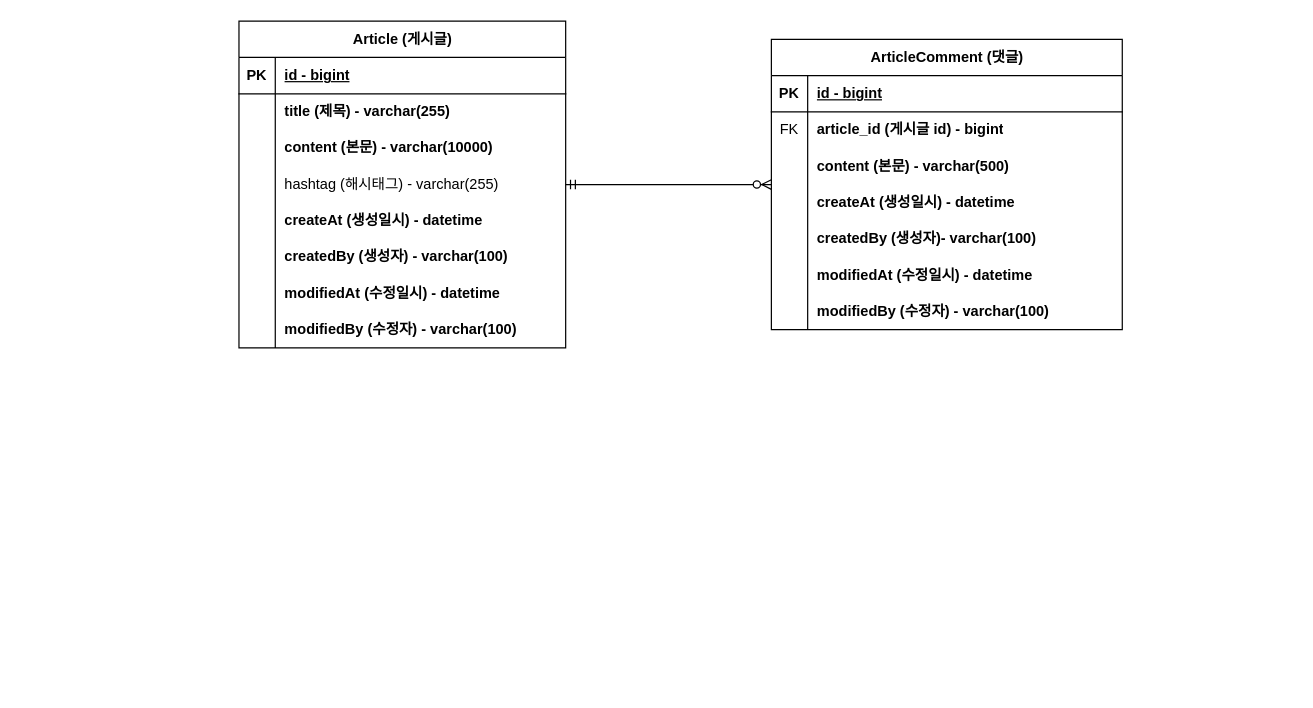
The draw.io diagram document/project-board-erd.drawio in tkdwls4453/board-project, before the edit. Source tidied: cells renumbered, new cells numbered last; positions are measured from the earlier drawing's top-left corner, leaving out a move shared by most shapes. Both pictures are drawn from the tidied source at 121%, with x=0, y=0 at pixel (238, 21).
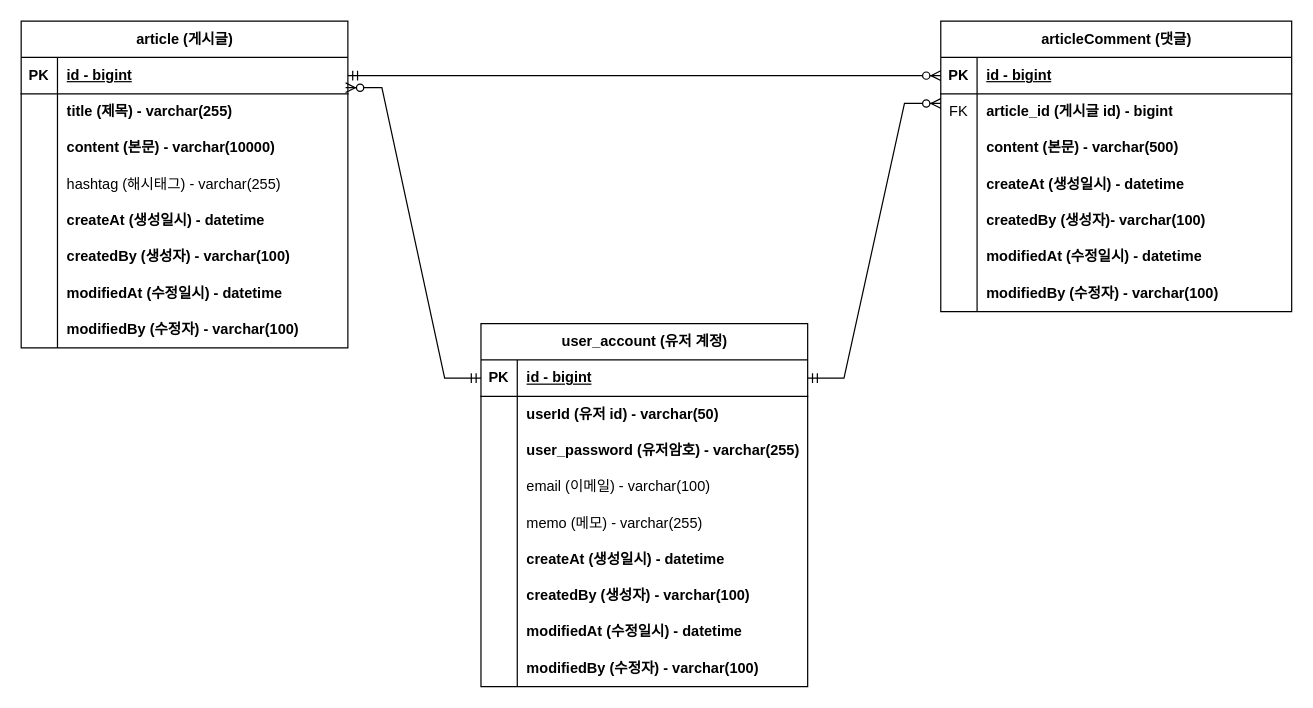
Above is the later version.

Commit message:
#17 - 회원 계정 도메인 erd 반영

The change refers to these unchanged cells:
```xml
<mxCell id="3" style="shape=tableRow;horizontal=0;startSize=0;swimlaneHead=0;swimlaneBody=0;fillColor=none;points=[[0,0.5],[1,0.5]];portConstraint=eastwest;top=0;left=0;right=0;bottom=1;" parent="2" vertex="1">
  <mxGeometry y="30" width="270" height="30" as="geometry" />
</mxCell>
<mxCell id="28" style="shape=tableRow;horizontal=0;startSize=0;swimlaneHead=0;swimlaneBody=0;fillColor=none;points=[[0,0.5],[1,0.5]];portConstraint=eastwest;top=0;left=0;right=0;bottom=1;" parent="27" vertex="1">
  <mxGeometry y="30" width="290" height="30" as="geometry" />
</mxCell>
<mxCell id="31" style="shape=tableRow;horizontal=0;startSize=0;swimlaneHead=0;swimlaneBody=0;fillColor=none;points=[[0,0.5],[1,0.5]];portConstraint=eastwest;top=0;left=0;right=0;bottom=0;" parent="27" vertex="1">
  <mxGeometry y="60" width="290" height="30" as="geometry" />
</mxCell>
```

Change to the diagram source:
```diff
@@
-    <mxCell id="2" value="Article (게시글)" style="shape=table;startSize=30;childLayout=tableLayout;rowLines=0;fontStyle=1;align=center;html=1;" parent="1" vertex="1">
-      <mxGeometry width="270" height="270" as="geometry" />
+    <mxCell id="2" value="article (게시글)" style="shape=table;startSize=30;childLayout=tableLayout;rowLines=0;fontStyle=1;align=center;html=1;" parent="1" vertex="1">
+      <mxGeometry x="-180" width="270" height="270" as="geometry" />
     </mxCell>
@@
-    <mxCell id="27" value="ArticleComment (댓글)" style="shape=table;startSize=30;childLayout=tableLayout;rowLines=0;fontStyle=1;align=center;html=1;" parent="1" vertex="1">
-      <mxGeometry x="440" y="15" width="290" height="240" as="geometry" />
+    <mxCell id="27" value="articleComment (댓글)" style="shape=table;startSize=30;childLayout=tableLayout;rowLines=0;fontStyle=1;align=center;html=1;" parent="1" vertex="1">
+      <mxGeometry x="580" width="290" height="240" as="geometry" />
     </mxCell>
@@
-    <mxCell id="49" style="edgeStyle=entityRelationEdgeStyle;fontSize=12;html=1;endArrow=ERzeroToMany;startArrow=ERmandOne;rounded=0;" parent="1" edge="1" source="2" target="27">
+    <mxCell id="49" style="edgeStyle=entityRelationEdgeStyle;fontSize=12;html=1;endArrow=ERzeroToMany;startArrow=ERmandOne;rounded=0;exitX=1;exitY=0.5;exitDx=0;exitDy=0;" parent="1" edge="1" source="3" target="28">
       <mxGeometry relative="1" as="geometry" />
     </mxCell>
+    <mxCell id="50" value="user_account (유저 계정)" style="shape=table;startSize=30;childLayout=tableLayout;rowLines=0;fontStyle=1;align=center;html=1;" parent="1" vertex="1">
+      <mxGeometry x="200" y="250" width="270" height="300" as="geometry" />
+    </mxCell>
+    <mxCell id="51" style="shape=tableRow;horizontal=0;startSize=0;swimlaneHead=0;swimlaneBody=0;fillColor=none;points=[[0,0.5],[1,0.5]];portConstraint=eastwest;top=0;left=0;right=0;bottom=1;" parent="50" vertex="1">
+      <mxGeometry y="30" width="270" height="30" as="geometry" />
+    </mxCell>
+    <mxCell id="52" value="PK" style="shape=partialRectangle;fillColor=none;top=0;left=0;bottom=0;right=0;fontStyle=1;overflow=hidden;whiteSpace=wrap;html=1;" parent="51" vertex="1">
+      <mxGeometry width="30" height="30" as="geometry" />
+    </mxCell>
+    <mxCell id="53" value="id - bigint" style="shape=partialRectangle;fillColor=none;top=0;left=0;bottom=0;right=0;align=left;spacingLeft=6;fontStyle=5;overflow=hidden;whiteSpace=wrap;html=1;" parent="51" vertex="1">
+      <mxGeometry x="30" width="240" height="30" as="geometry" />
+    </mxCell>
+    <mxCell id="54" style="shape=tableRow;horizontal=0;startSize=0;swimlaneHead=0;swimlaneBody=0;fillColor=none;top=0;left=0;right=0;bottom=0;" parent="50" vertex="1">
+      <mxGeometry y="60" width="270" height="30" as="geometry" />
+    </mxCell>
+    <mxCell id="55" style="shape=partialRectangle;fillColor=none;top=0;left=0;bottom=0;right=0;overflow=hidden;whiteSpace=wrap;html=1;" parent="54" vertex="1">
+      <mxGeometry width="30" height="30" as="geometry" />
+    </mxCell>
+    <mxCell id="56" value="userId (유저 id) - varchar(50)" style="shape=partialRectangle;fillColor=none;top=0;left=0;bottom=0;right=0;align=left;spacingLeft=6;overflow=hidden;whiteSpace=wrap;html=1;fontStyle=1;" parent="54" vertex="1">
+      <mxGeometry x="30" width="240" height="30" as="geometry" />
+    </mxCell>
+    <mxCell id="57" style="shape=tableRow;horizontal=0;startSize=0;swimlaneHead=0;swimlaneBody=0;fillColor=none;top=0;left=0;right=0;bottom=0;" parent="50" vertex="1">
+      <mxGeometry y="90" width="270" height="30" as="geometry" />
+    </mxCell>
+    <mxCell id="58" style="shape=partialRectangle;fillColor=none;top=0;left=0;bottom=0;right=0;overflow=hidden;whiteSpace=wrap;html=1;" parent="57" vertex="1">
+      <mxGeometry width="30" height="30" as="geometry" />
+    </mxCell>
+    <mxCell id="59" value="user_password (유저암호) - varchar(255)" style="shape=partialRectangle;fillColor=none;top=0;left=0;bottom=0;right=0;align=left;spacingLeft=6;overflow=hidden;whiteSpace=wrap;html=1;fontStyle=1;" parent="57" vertex="1">
+      <mxGeometry x="30" width="240" height="30" as="geometry" />
+    </mxCell>
+    <mxCell id="60" style="shape=tableRow;horizontal=0;startSize=0;swimlaneHead=0;swimlaneBody=0;fillColor=none;top=0;left=0;right=0;bottom=0;" parent="50" vertex="1">
+      <mxGeometry y="120" width="270" height="30" as="geometry" />
+    </mxCell>
+    <mxCell id="61" style="shape=partialRectangle;fillColor=none;top=0;left=0;bottom=0;right=0;overflow=hidden;whiteSpace=wrap;html=1;" parent="60" vertex="1">
+      <mxGeometry width="30" height="30" as="geometry" />
+    </mxCell>
+    <mxCell id="62" value="email (이메일) - varchar(100)" style="shape=partialRectangle;fillColor=none;top=0;left=0;bottom=0;right=0;align=left;spacingLeft=6;overflow=hidden;whiteSpace=wrap;html=1;" parent="60" vertex="1">
+      <mxGeometry x="30" width="240" height="30" as="geometry" />
+    </mxCell>
+    <mxCell id="63" style="shape=tableRow;horizontal=0;startSize=0;swimlaneHead=0;swimlaneBody=0;fillColor=none;top=0;left=0;right=0;bottom=0;" parent="50" vertex="1">
+      <mxGeometry y="150" width="270" height="30" as="geometry" />
+    </mxCell>
+    <mxCell id="64" style="shape=partialRectangle;fillColor=none;top=0;left=0;bottom=0;right=0;overflow=hidden;whiteSpace=wrap;html=1;" parent="63" vertex="1">
+      <mxGeometry width="30" height="30" as="geometry" />
+    </mxCell>
+    <mxCell id="65" value="memo (메모) - varchar(255)" style="shape=partialRectangle;fillColor=none;top=0;left=0;bottom=0;right=0;align=left;spacingLeft=6;overflow=hidden;whiteSpace=wrap;html=1;" parent="63" vertex="1">
+      <mxGeometry x="30" width="240" height="30" as="geometry" />
+    </mxCell>
+    <mxCell id="66" style="shape=tableRow;horizontal=0;startSize=0;swimlaneHead=0;swimlaneBody=0;fillColor=none;top=0;left=0;right=0;bottom=0;" parent="50" vertex="1">
+      <mxGeometry y="180" width="270" height="30" as="geometry" />
+    </mxCell>
+    <mxCell id="67" style="shape=partialRectangle;fillColor=none;top=0;left=0;bottom=0;right=0;overflow=hidden;whiteSpace=wrap;html=1;" parent="66" vertex="1">
+      <mxGeometry width="30" height="30" as="geometry" />
+    </mxCell>
+    <mxCell id="68" value="createAt (생성일시) - datetime" style="shape=partialRectangle;fillColor=none;top=0;left=0;bottom=0;right=0;align=left;spacingLeft=6;overflow=hidden;whiteSpace=wrap;html=1;fontStyle=1;" parent="66" vertex="1">
+      <mxGeometry x="30" width="240" height="30" as="geometry" />
+    </mxCell>
+    <mxCell id="69" style="shape=tableRow;horizontal=0;startSize=0;swimlaneHead=0;swimlaneBody=0;fillColor=none;top=0;left=0;right=0;bottom=0;" parent="50" vertex="1">
+      <mxGeometry y="210" width="270" height="30" as="geometry" />
+    </mxCell>
+    <mxCell id="70" style="shape=partialRectangle;fillColor=none;top=0;left=0;bottom=0;right=0;overflow=hidden;whiteSpace=wrap;html=1;" parent="69" vertex="1">
+      <mxGeometry width="30" height="30" as="geometry" />
+    </mxCell>
+    <mxCell id="71" value="createdBy (생성자) - varchar(100)" style="shape=partialRectangle;fillColor=none;top=0;left=0;bottom=0;right=0;align=left;spacingLeft=6;overflow=hidden;whiteSpace=wrap;html=1;fontStyle=1;" parent="69" vertex="1">
+      <mxGeometry x="30" width="240" height="30" as="geometry" />
+    </mxCell>
+    <mxCell id="72" style="shape=tableRow;horizontal=0;startSize=0;swimlaneHead=0;swimlaneBody=0;fillColor=none;top=0;left=0;right=0;bottom=0;" parent="50" vertex="1">
+      <mxGeometry y="240" width="270" height="30" as="geometry" />
+    </mxCell>
+    <mxCell id="73" style="shape=partialRectangle;fillColor=none;top=0;left=0;bottom=0;right=0;overflow=hidden;whiteSpace=wrap;html=1;" parent="72" vertex="1">
+      <mxGeometry width="30" height="30" as="geometry" />
+    </mxCell>
+    <mxCell id="74" value="modifiedAt (수정일시) - datetime" style="shape=partialRectangle;fillColor=none;top=0;left=0;bottom=0;right=0;align=left;spacingLeft=6;overflow=hidden;whiteSpace=wrap;html=1;fontStyle=1;" parent="72" vertex="1">
+      <mxGeometry x="30" width="240" height="30" as="geometry" />
+    </mxCell>
+    <mxCell id="75" style="shape=tableRow;horizontal=0;startSize=0;swimlaneHead=0;swimlaneBody=0;fillColor=none;top=0;left=0;right=0;bottom=0;" parent="50" vertex="1">
+      <mxGeometry y="270" width="270" height="30" as="geometry" />
+    </mxCell>
+    <mxCell id="76" style="shape=partialRectangle;fillColor=none;top=0;left=0;bottom=0;right=0;overflow=hidden;whiteSpace=wrap;html=1;" parent="75" vertex="1">
+      <mxGeometry width="30" height="30" as="geometry" />
+    </mxCell>
+    <mxCell id="77" value="modifiedBy (수정자) - varchar(100)" style="shape=partialRectangle;fillColor=none;top=0;left=0;bottom=0;right=0;align=left;spacingLeft=6;overflow=hidden;whiteSpace=wrap;html=1;fontStyle=1;" parent="75" vertex="1">
+      <mxGeometry x="30" width="240" height="30" as="geometry" />
+    </mxCell>
+    <mxCell id="78" style="edgeStyle=entityRelationEdgeStyle;fontSize=12;html=1;endArrow=ERzeroToMany;startArrow=ERmandOne;rounded=0;exitX=1;exitY=0.5;exitDx=0;exitDy=0;entryX=0;entryY=0.267;entryDx=0;entryDy=0;entryPerimeter=0;" parent="1" edge="1" source="51" target="31">
+      <mxGeometry relative="1" as="geometry" />
+    </mxCell>
+    <mxCell id="79" style="edgeStyle=entityRelationEdgeStyle;fontSize=12;html=1;endArrow=ERzeroToMany;startArrow=ERmandOne;rounded=0;entryX=0.993;entryY=0.833;entryDx=0;entryDy=0;entryPerimeter=0;exitX=0;exitY=0.5;exitDx=0;exitDy=0;" parent="1" edge="1" source="51" target="3">
+      <mxGeometry relative="1" as="geometry">
+        <Array as="points">
+          <mxPoint x="220" y="80" />
+          <mxPoint x="100" y="60" />
+        </Array>
+      </mxGeometry>
+    </mxCell>
```
